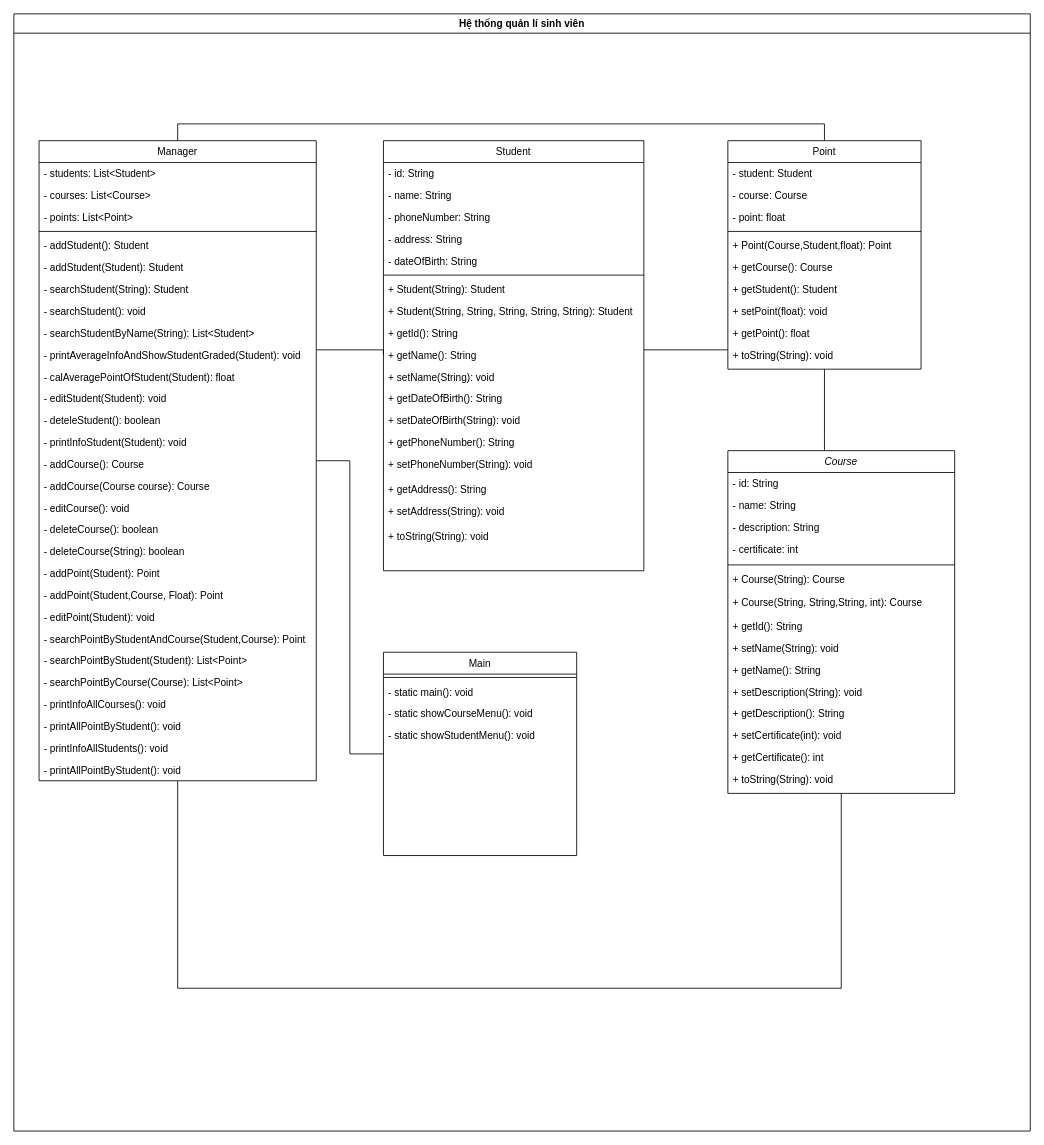
This is Untitled Diagram.drawio from NguyenMinh1912/classdiagram, a draw.io file, before an edit. Source tidied: cells renumbered, new cells numbered last; positions are measured from the earlier drawing's top-left corner, leaving out a move shared by most shapes. Both pictures are drawn from the tidied source at 84%, with x=0, y=0 at pixel (13, 13).
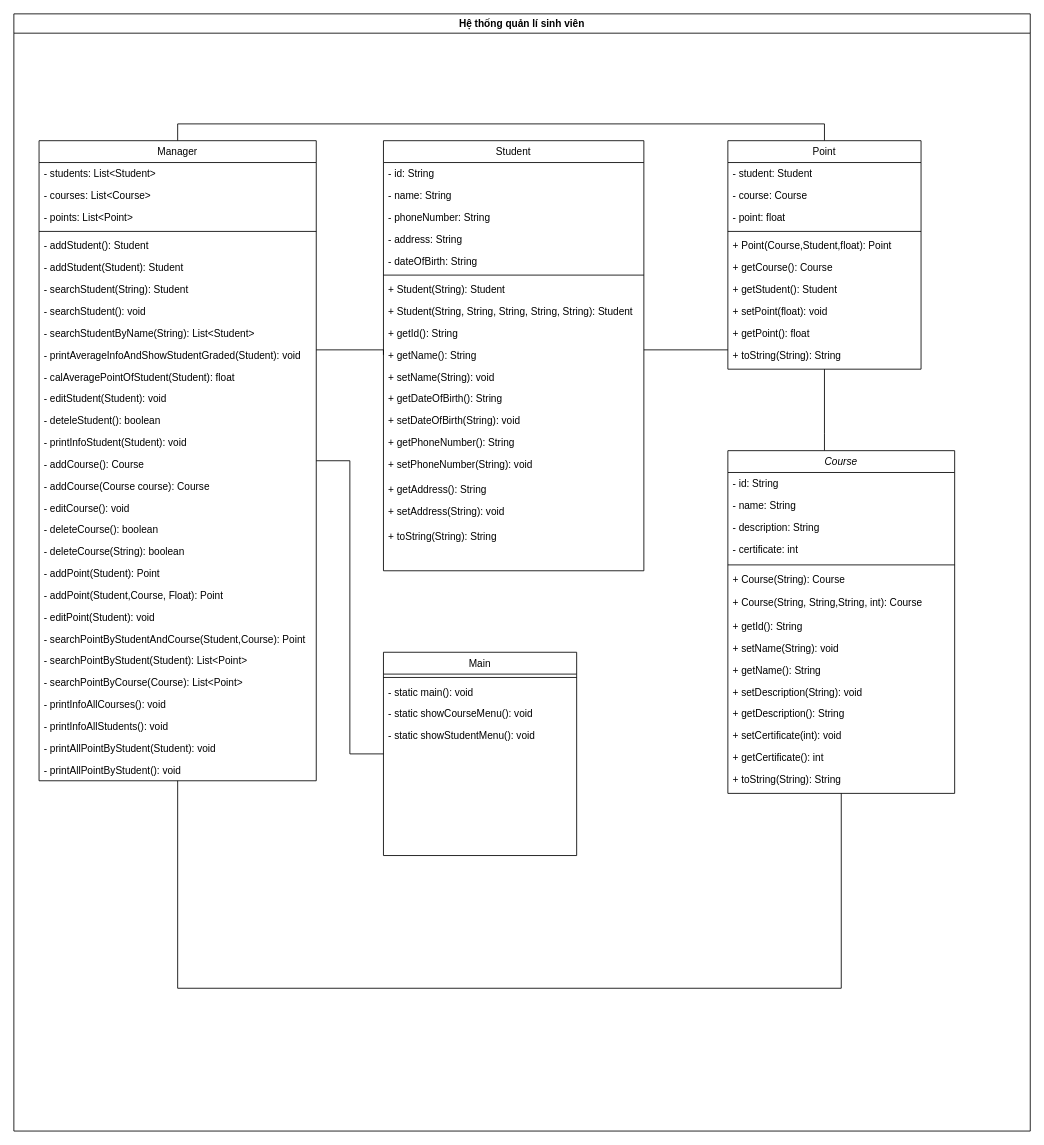
After the change.

The change refers to these unchanged cells:
```xml
<mxCell id="7" value="Manager&#10;&#10;" style="swimlane;fontStyle=0;align=center;verticalAlign=top;horizontal=1;startSize=26;rounded=0;shadow=0;strokeWidth=1;" parent="2" vertex="1">
  <mxGeometry x="30" y="151" width="330" height="762" as="geometry" />
</mxCell>
<mxCell id="38" value="Point&#10;" style="swimlane;fontStyle=0;align=center;verticalAlign=top;horizontal=1;startSize=26;rounded=0;shadow=0;strokeWidth=1;" parent="2" vertex="1">
  <mxGeometry x="850" y="151" width="230" height="272" as="geometry" />
</mxCell>
<mxCell id="55" value="Student" style="swimlane;fontStyle=0;align=center;verticalAlign=top;horizontal=1;startSize=26;rounded=0;shadow=0;strokeWidth=1;" parent="2" vertex="1">
  <mxGeometry x="440" y="151" width="310" height="512" as="geometry" />
</mxCell>
<mxCell id="74" value="Course&#10;" style="swimlane;fontStyle=2;align=center;verticalAlign=top;horizontal=1;startSize=26;rounded=0;shadow=0;strokeWidth=1;" parent="2" vertex="1">
  <mxGeometry x="850" y="520" width="270" height="408" as="geometry" />
</mxCell>
```

What changed in the source:
```diff
@@
+    <mxCell id="35" value="- printInfoAllStudents(): void" style="text;align=left;verticalAlign=top;spacingLeft=4;spacingRight=4;overflow=hidden;rounded=0;shadow=0;html=0;" parent="7" vertex="1">
+      <mxGeometry y="684" width="330" height="26" as="geometry" />
+    </mxCell>
-    <mxCell id="34" value="- printAllPointByStudent(): void" style="text;align=left;verticalAlign=top;spacingLeft=4;spacingRight=4;overflow=hidden;rounded=0;shadow=0;html=0;" parent="7" vertex="1">
-      <mxGeometry y="684" width="330" height="26" as="geometry" />
+    <mxCell id="34" value="- printAllPointByStudent(Student): void" style="text;align=left;verticalAlign=top;spacingLeft=4;spacingRight=4;overflow=hidden;rounded=0;shadow=0;html=0;" parent="7" vertex="1">
+      <mxGeometry y="710" width="330" height="26" as="geometry" />
     </mxCell>
-    <mxCell id="35" value="- printInfoAllStudents(): void" style="text;align=left;verticalAlign=top;spacingLeft=4;spacingRight=4;overflow=hidden;rounded=0;shadow=0;html=0;" parent="7" vertex="1">
-      <mxGeometry y="710" width="330" height="26" as="geometry" />
-    </mxCell>
@@
-    <mxCell id="48" value="+ toString(String): void" style="text;align=left;verticalAlign=top;spacingLeft=4;spacingRight=4;overflow=hidden;rounded=0;shadow=0;html=0;" parent="38" vertex="1">
+    <mxCell id="48" value="+ toString(String): String" style="text;align=left;verticalAlign=top;spacingLeft=4;spacingRight=4;overflow=hidden;rounded=0;shadow=0;html=0;" parent="38" vertex="1">
       <mxGeometry y="242" width="230" height="30" as="geometry" />
     </mxCell>
@@
-    <mxCell id="73" value="+ toString(String): void" style="text;align=left;verticalAlign=top;spacingLeft=4;spacingRight=4;overflow=hidden;rounded=0;shadow=0;html=0;" parent="55" vertex="1">
+    <mxCell id="73" value="+ toString(String): String" style="text;align=left;verticalAlign=top;spacingLeft=4;spacingRight=4;overflow=hidden;rounded=0;shadow=0;html=0;" parent="55" vertex="1">
       <mxGeometry y="458" width="310" height="30" as="geometry" />
     </mxCell>
@@
-    <mxCell id="89" value="+ toString(String): void" style="text;align=left;verticalAlign=top;spacingLeft=4;spacingRight=4;overflow=hidden;points=[[0,0.5],[1,0.5]];portConstraint=eastwest;rounded=0;shadow=0;html=0;" parent="74" vertex="1">
+    <mxCell id="89" value="+ toString(String): String" style="text;align=left;verticalAlign=top;spacingLeft=4;spacingRight=4;overflow=hidden;points=[[0,0.5],[1,0.5]];portConstraint=eastwest;rounded=0;shadow=0;html=0;" parent="74" vertex="1">
       <mxGeometry y="378" width="270" height="30" as="geometry" />
     </mxCell>
```
